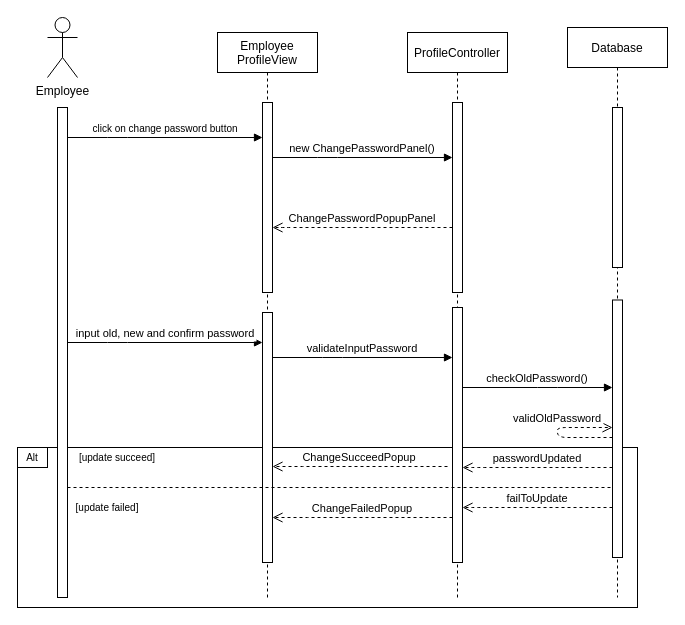
Above: Diagram/Sequence Diagram/ChangePassword.drawio in hakunhan/employee_management (draw.io), before the change. Source tidied: cells renumbered, new cells numbered last; positions are measured from the earlier drawing's top-left corner, leaving out a move shared by most shapes. Both pictures are drawn from the tidied source at 100%, with x=0, y=0 at pixel (17, 17).
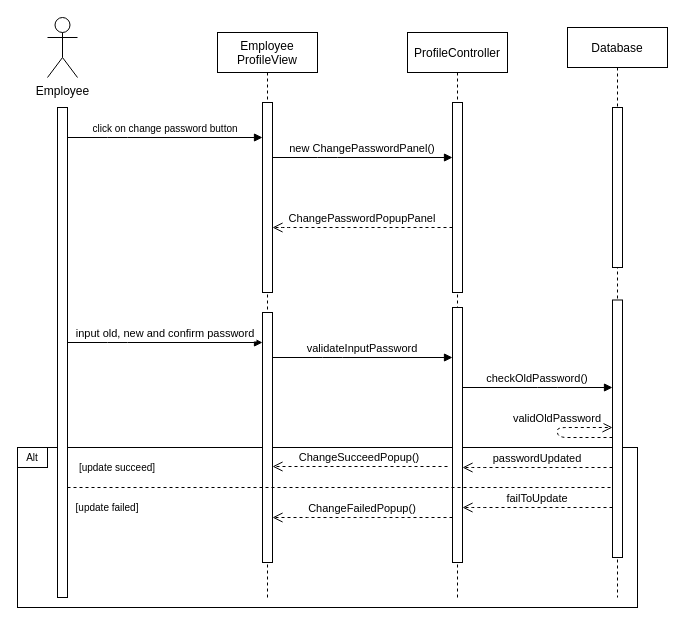
The same page after the edit.

Unchanged cells that the change refers to:
```xml
<mxCell id="5" style="points=[];perimeter=orthogonalPerimeter;rounded=0;shadow=0;strokeWidth=1;" parent="3" vertex="1">
  <mxGeometry x="45" y="280" width="10" height="250" as="geometry" />
</mxCell>
```

Change to the diagram source:
```diff
@@
-    <mxCell id="22" value="ChangeSucceedPopup" style="verticalAlign=bottom;endArrow=open;dashed=1;endSize=8;shadow=0;strokeWidth=1;" parent="1" edge="1" target="5">
+    <mxCell id="22" value="ChangeSucceedPopup()" style="verticalAlign=bottom;endArrow=open;dashed=1;endSize=8;shadow=0;strokeWidth=1;" parent="1" edge="1" target="5">
       <mxGeometry relative="1" as="geometry">
         <mxPoint x="430" y="449" as="sourcePoint" />
         <Array as="points">
           <mxPoint x="295" y="449" />
         </Array>
       </mxGeometry>
     </mxCell>
@@
-    <mxCell id="25" value="ChangeFailedPopup" style="verticalAlign=bottom;endArrow=open;dashed=1;endSize=8;shadow=0;strokeWidth=1;" parent="1" edge="1" target="5">
+    <mxCell id="25" value="ChangeFailedPopup()" style="verticalAlign=bottom;endArrow=open;dashed=1;endSize=8;shadow=0;strokeWidth=1;" parent="1" edge="1" target="5">
       <mxGeometry relative="1" as="geometry">
         <mxPoint x="435" y="500" as="sourcePoint" />
         <Array as="points">
           <mxPoint x="300" y="500" />
         </Array>
       </mxGeometry>
     </mxCell>
@@
     <mxCell id="27" value="[update succeed]" style="text;html=1;strokeColor=none;fillColor=none;align=center;verticalAlign=middle;whiteSpace=wrap;rounded=0;fontSize=10;" parent="1" vertex="1">
-      <mxGeometry x="60" y="430" width="80" height="20" as="geometry" />
+      <mxGeometry x="60" y="440" width="80" height="20" as="geometry" />
     </mxCell>
```
